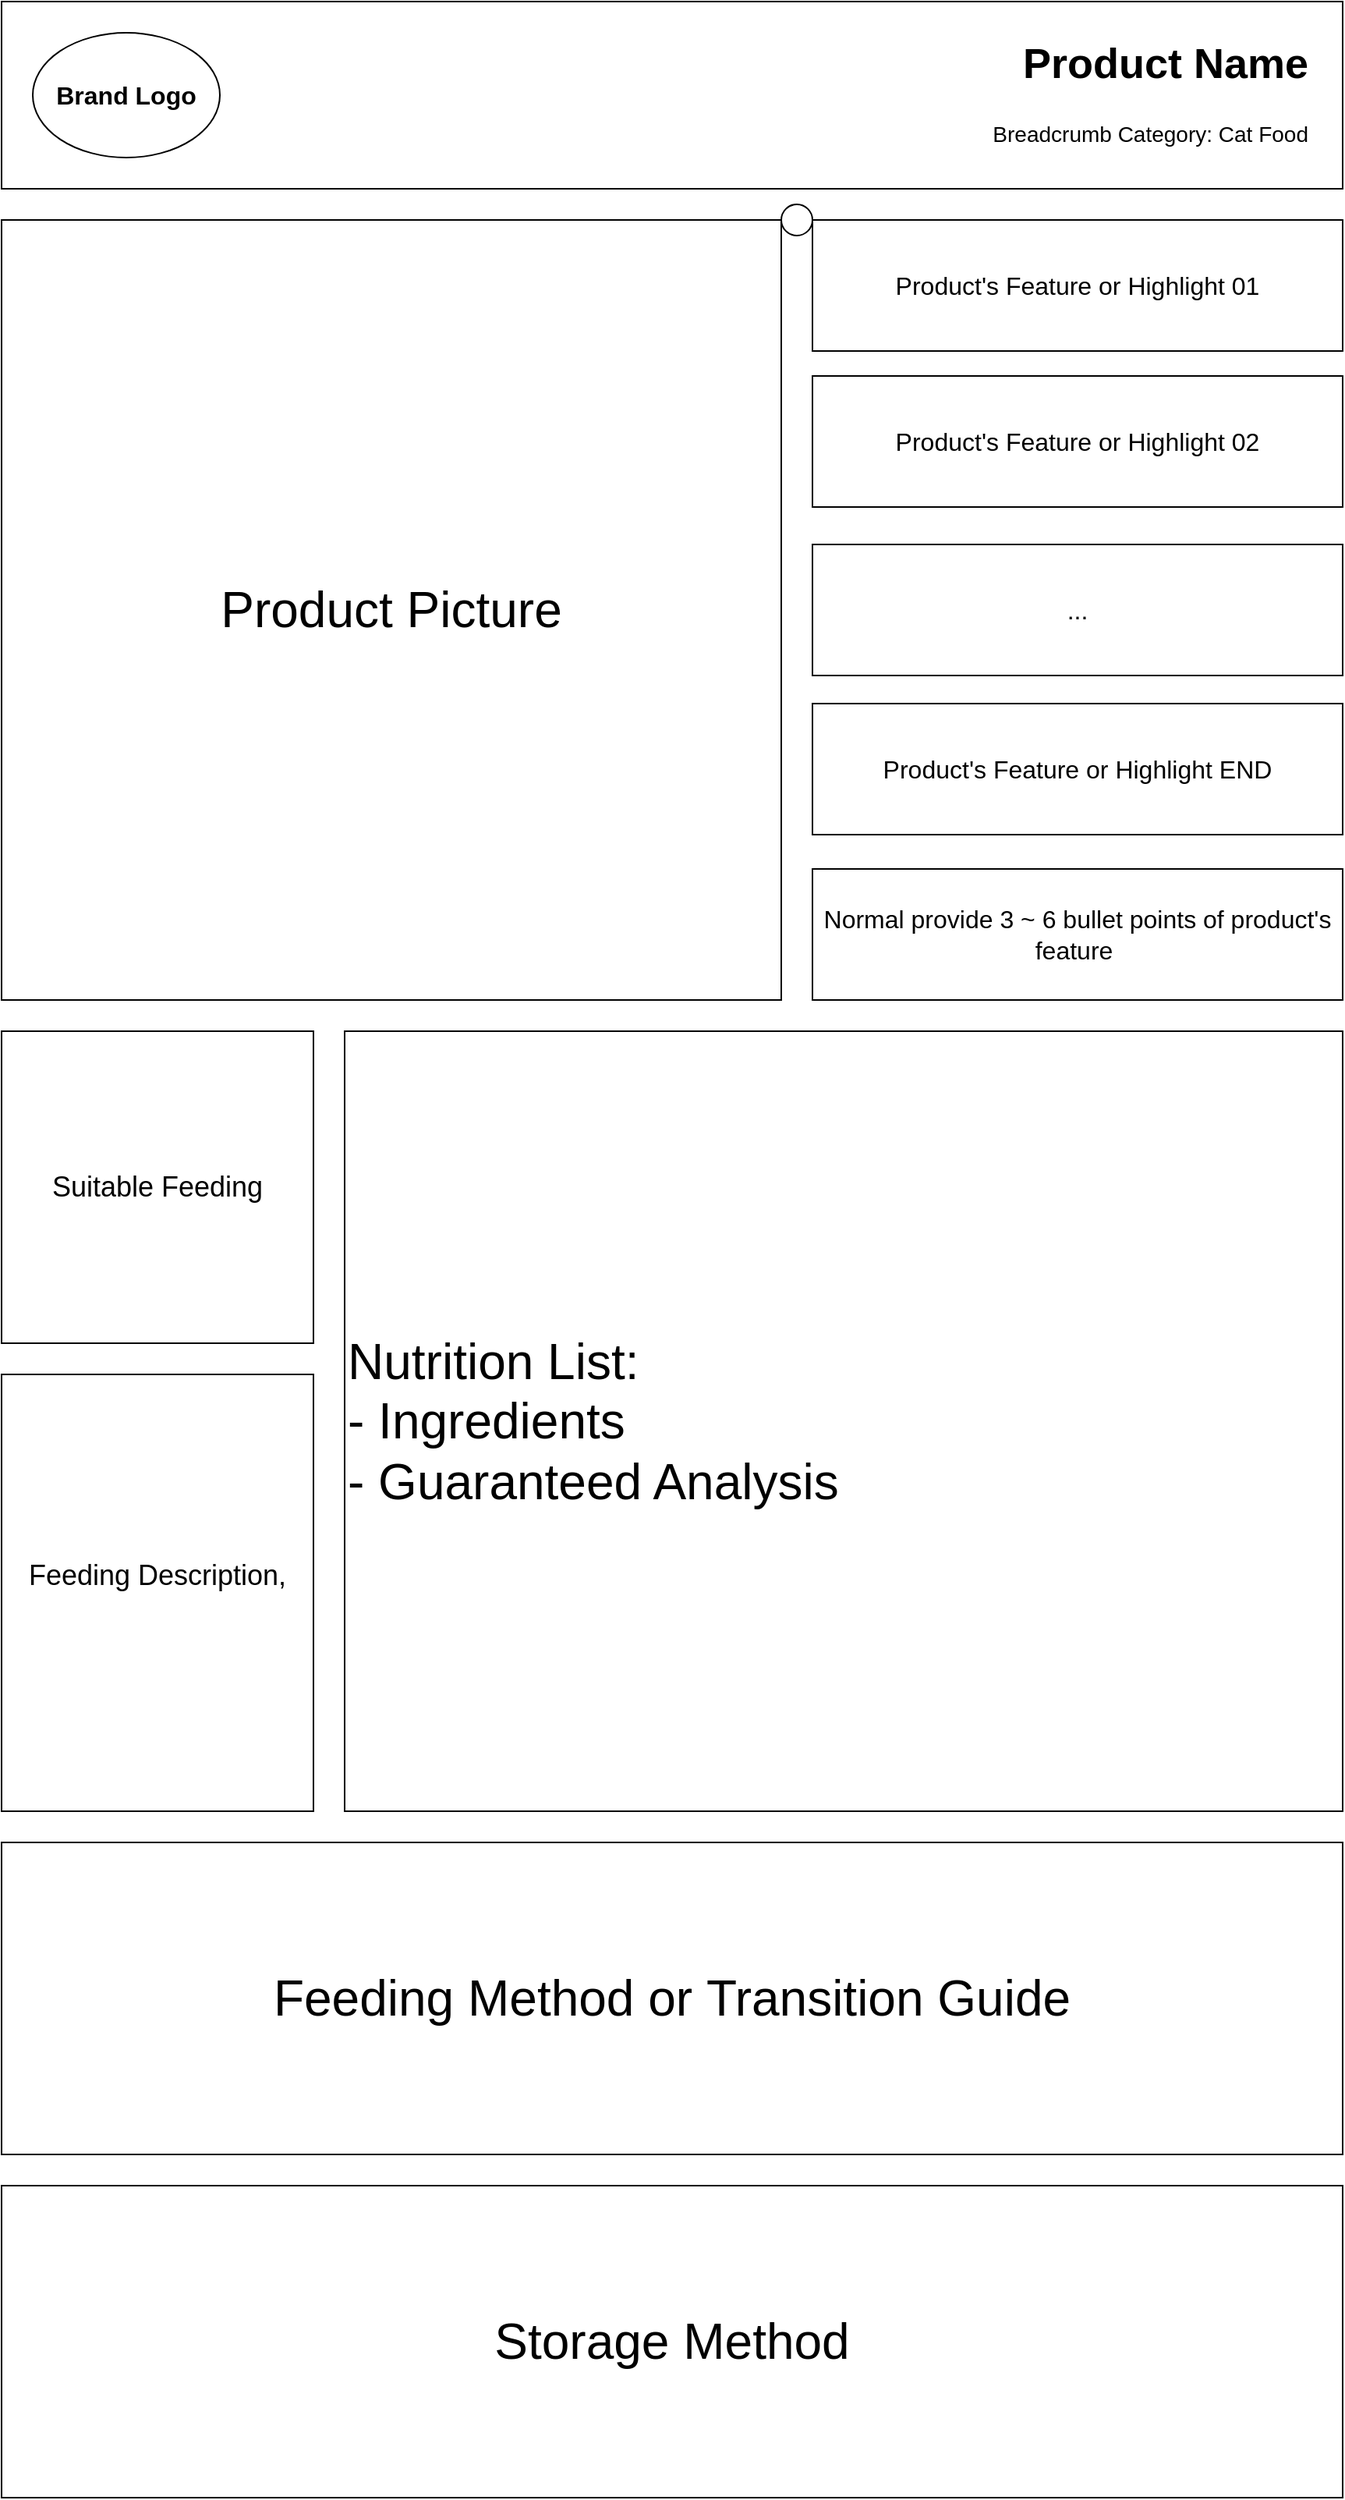
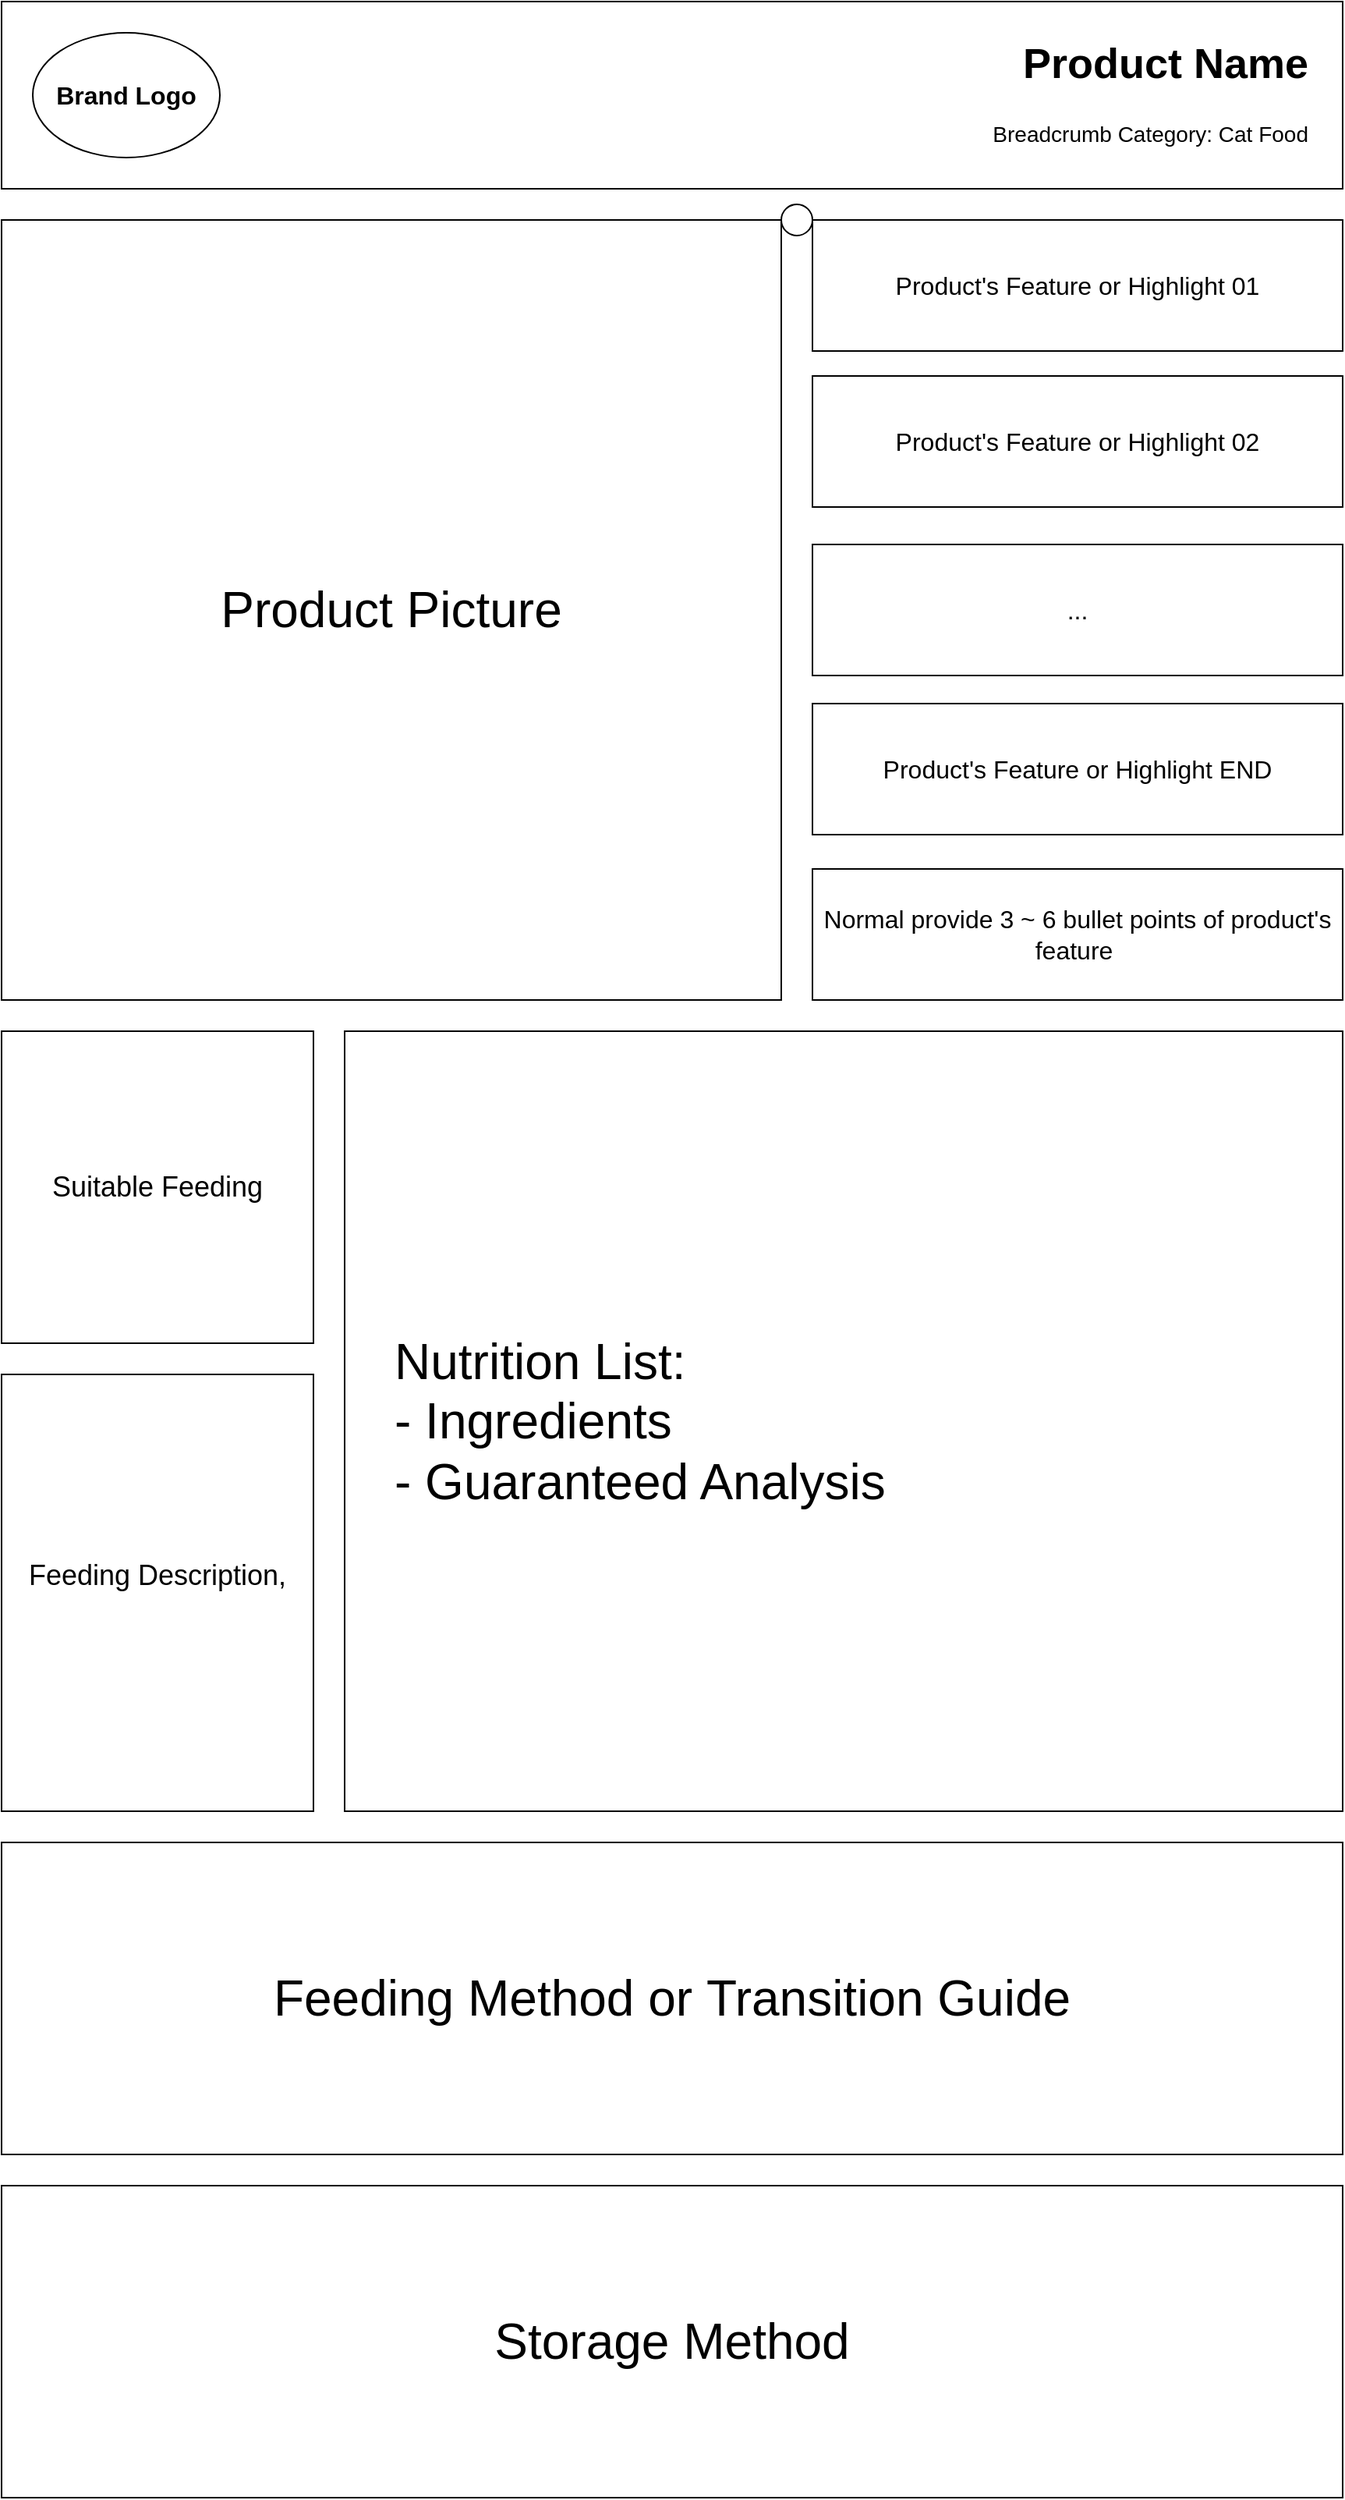
<mxfile host="app.diagrams.net">
  <diagram name="第 1 页" id="6v3gUOCL-g5ZajP_O9Xm">
    <mxGraphModel dx="2920" dy="1663" grid="1" gridSize="10" guides="1" tooltips="1" connect="1" arrows="1" fold="1" page="1" pageScale="1" pageWidth="900" pageHeight="1600" math="0" shadow="0">
      <root>
        <mxCell id="0" />
        <mxCell id="1" parent="0" />
        <mxCell id="q-GymMJPH4nKwmtc7UX0-1" parent="1" style="rounded=0;whiteSpace=wrap;html=1;" value="&lt;font style=&quot;font-size: 32px;&quot;&gt;Product Picture&lt;/font&gt;" vertex="1">
          <mxGeometry height="500" width="500" x="20" y="160" as="geometry" />
        </mxCell>
        <mxCell id="q-GymMJPH4nKwmtc7UX0-2" parent="1" style="rounded=0;whiteSpace=wrap;html=1;" value="&lt;font style=&quot;font-size: 16px;&quot;&gt;Product&#39;s Feature or Highlight 01&lt;/font&gt;" vertex="1">
          <mxGeometry height="84" width="340" x="540" y="160" as="geometry" />
        </mxCell>
        <mxCell id="q-GymMJPH4nKwmtc7UX0-3" parent="1" style="rounded=0;whiteSpace=wrap;html=1;" value="" vertex="1">
          <mxGeometry height="120" width="860" x="20" y="20" as="geometry" />
        </mxCell>
        <mxCell id="q-GymMJPH4nKwmtc7UX0-4" parent="1" style="ellipse;whiteSpace=wrap;html=1;" value="&lt;b&gt;&lt;font style=&quot;font-size: 16px;&quot;&gt;Brand Logo&lt;/font&gt;&lt;/b&gt;" vertex="1">
          <mxGeometry height="80" width="120" x="40" y="40" as="geometry" />
        </mxCell>
        <mxCell id="q-GymMJPH4nKwmtc7UX0-5" parent="1" style="text;html=1;whiteSpace=wrap;strokeColor=none;fillColor=none;align=right;verticalAlign=middle;rounded=0;" value="&lt;font style=&quot;font-size: 27px;&quot;&gt;&lt;b style=&quot;&quot;&gt;Product Name&lt;/b&gt;&lt;/font&gt;" vertex="1">
          <mxGeometry height="40" width="190" x="670" y="40" as="geometry" />
        </mxCell>
        <mxCell id="q-GymMJPH4nKwmtc7UX0-6" parent="1" style="text;html=1;whiteSpace=wrap;strokeColor=none;fillColor=none;align=right;verticalAlign=middle;rounded=0;" value="&lt;font style=&quot;font-size: 14px;&quot;&gt;Breadcrumb Category: Cat Food&lt;/font&gt;" vertex="1">
          <mxGeometry height="30" width="210" x="650" y="90" as="geometry" />
        </mxCell>
        <mxCell id="q-GymMJPH4nKwmtc7UX0-7" parent="1" style="rounded=0;whiteSpace=wrap;html=1;" value="&lt;font style=&quot;font-size: 16px;&quot;&gt;Normal provide 3 ~ 6 bullet points of product&#39;s feature&amp;nbsp;&lt;/font&gt;" vertex="1">
          <mxGeometry height="84" width="340" x="540" y="576" as="geometry" />
        </mxCell>
        <mxCell id="q-GymMJPH4nKwmtc7UX0-8" parent="1" style="rounded=0;whiteSpace=wrap;html=1;" value="&lt;span style=&quot;font-size: 16px;&quot;&gt;...&lt;/span&gt;" vertex="1">
          <mxGeometry height="84" width="340" x="540" y="368" as="geometry" />
        </mxCell>
        <mxCell id="q-GymMJPH4nKwmtc7UX0-9" parent="1" style="ellipse;whiteSpace=wrap;html=1;aspect=fixed;" value="" vertex="1">
          <mxGeometry height="20" width="20" x="520" y="150" as="geometry" />
        </mxCell>
        <mxCell id="q-GymMJPH4nKwmtc7UX0-11" parent="1" style="rounded=0;whiteSpace=wrap;html=1;" value="&lt;font style=&quot;font-size: 16px;&quot;&gt;Product&#39;s Feature or Highlight 02&lt;/font&gt;" vertex="1">
          <mxGeometry height="84" width="340" x="540" y="260" as="geometry" />
        </mxCell>
        <mxCell id="q-GymMJPH4nKwmtc7UX0-12" parent="1" style="rounded=0;whiteSpace=wrap;html=1;" value="&lt;font style=&quot;font-size: 16px;&quot;&gt;Product&#39;s Feature or Highlight END&lt;/font&gt;" vertex="1">
          <mxGeometry height="84" width="340" x="540" y="470" as="geometry" />
        </mxCell>
-         <mxCell id="q-GymMJPH4nKwmtc7UX0-13" parent="1" style="rounded=0;whiteSpace=wrap;html=1;align=left;" value="&lt;font style=&quot;font-size: 32px;&quot;&gt;Nutrition List:&amp;nbsp;&lt;/font&gt;&lt;div&gt;&lt;font style=&quot;font-size: 32px;&quot;&gt;- Ingredients&lt;/font&gt;&lt;/div&gt;&lt;div style=&quot;&quot;&gt;&lt;font style=&quot;font-size: 32px;&quot;&gt;- Guaranteed Analysis&lt;/font&gt;&lt;/div&gt;" vertex="1">
+         <mxCell id="q-GymMJPH4nKwmtc7UX0-13" parent="1" style="rounded=0;whiteSpace=wrap;html=1;align=left;spacingLeft=30;" value="&lt;font style=&quot;font-size: 32px;&quot;&gt;Nutrition List:&amp;nbsp;&lt;/font&gt;&lt;div&gt;&lt;font style=&quot;font-size: 32px;&quot;&gt;- Ingredients&lt;/font&gt;&lt;/div&gt;&lt;div style=&quot;&quot;&gt;&lt;font style=&quot;font-size: 32px;&quot;&gt;- Guaranteed Analysis&lt;/font&gt;&lt;/div&gt;" vertex="1">
          <mxGeometry height="500" width="640" x="240" y="680" as="geometry" />
        </mxCell>
        <mxCell id="q-GymMJPH4nKwmtc7UX0-14" parent="1" style="rounded=0;whiteSpace=wrap;html=1;" value="&lt;font style=&quot;font-size: 18px;&quot;&gt;Suitable Feeding&lt;/font&gt;" vertex="1">
          <mxGeometry height="200" width="200" x="20" y="680" as="geometry" />
        </mxCell>
        <mxCell id="q-GymMJPH4nKwmtc7UX0-15" parent="1" style="rounded=0;whiteSpace=wrap;html=1;" value="&lt;font style=&quot;font-size: 18px;&quot;&gt;Feeding Description,&lt;/font&gt;&lt;div&gt;&lt;font style=&quot;font-size: 18px;&quot;&gt;&lt;br&gt;&lt;/font&gt;&lt;/div&gt;" vertex="1">
          <mxGeometry height="280" width="200" x="20" y="900" as="geometry" />
        </mxCell>
        <mxCell id="q-GymMJPH4nKwmtc7UX0-16" parent="1" style="rounded=0;whiteSpace=wrap;html=1;" value="&lt;font style=&quot;font-size: 32px;&quot;&gt;Feeding Method or&amp;nbsp;Transition Guide&lt;/font&gt;" vertex="1">
          <mxGeometry height="200" width="860" x="20" y="1200" as="geometry" />
        </mxCell>
        <mxCell id="q-GymMJPH4nKwmtc7UX0-17" parent="1" style="rounded=0;whiteSpace=wrap;html=1;" value="&lt;font style=&quot;font-size: 32px;&quot;&gt;Storage Method&lt;/font&gt;" vertex="1">
          <mxGeometry height="200" width="860" x="20" y="1420" as="geometry" />
        </mxCell>
      </root>
    </mxGraphModel>
  </diagram>
</mxfile>
